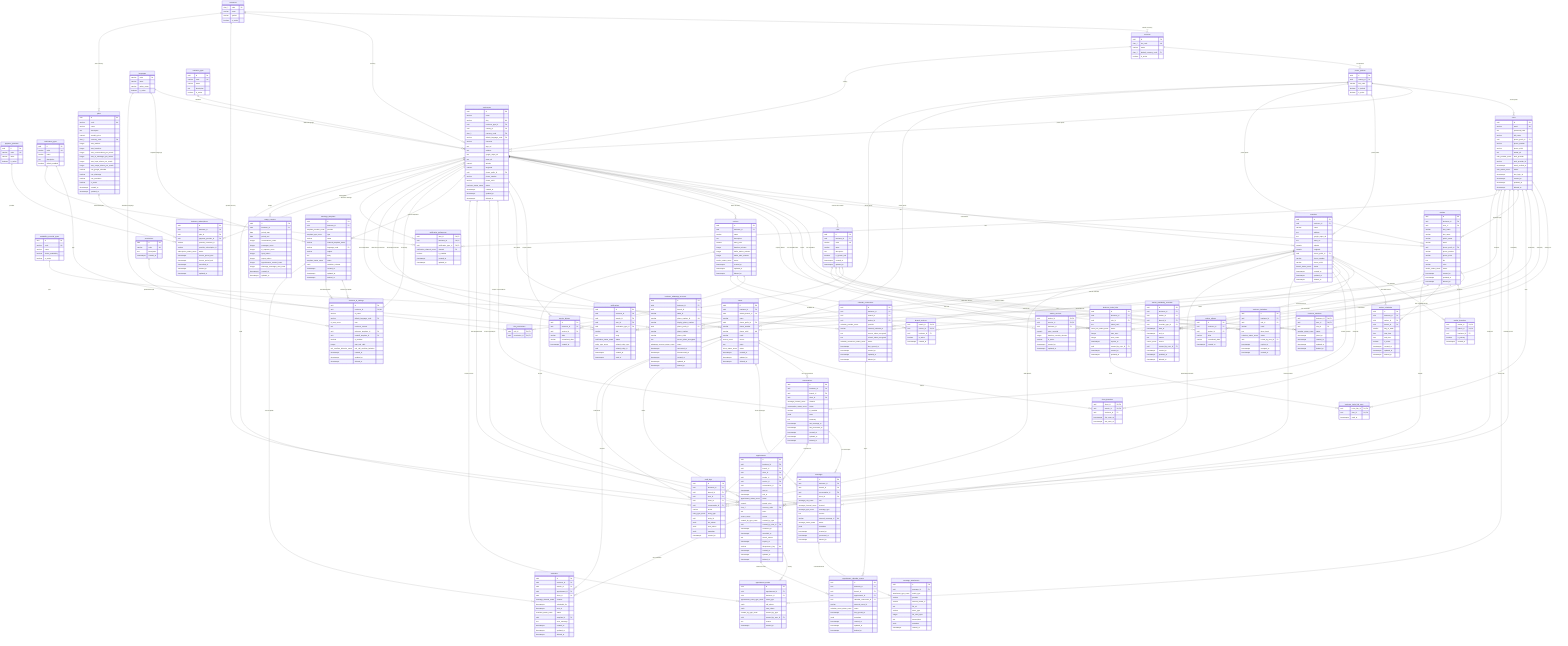
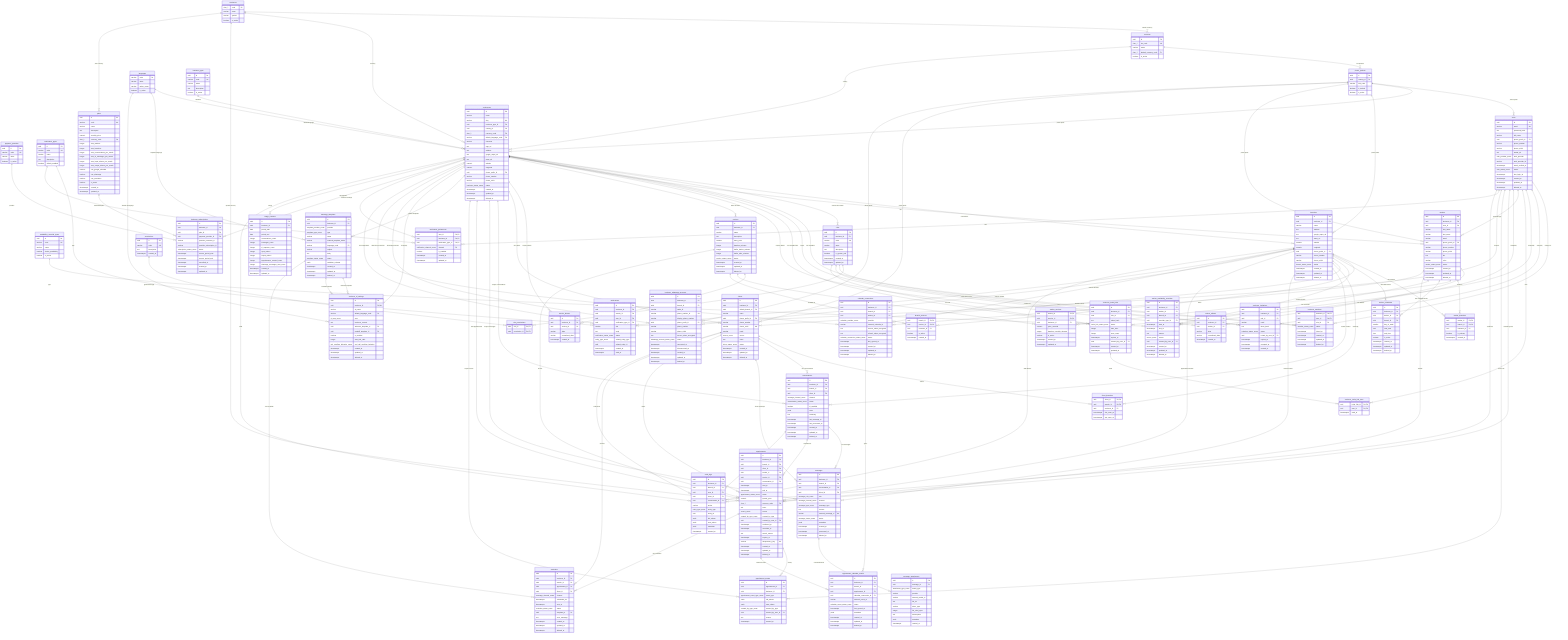
erDiagram
    %% =====================================================
    %% KLYRO DATABASE DER
    %% React + NestJS + PostgreSQL
    %% =====================================================
    %% Main design rule:
    %% AI interprets, backend validates, database protects.
    %% =====================================================

    currencies {
        char_3 code PK
        varchar name
        varchar symbol
        boolean is_active
    }

    countries {
        uuid id PK
        char_2 iso_code UK
        varchar name
        char_3 default_currency_code FK
        boolean is_active
    }

    phone_prefixes {
        uuid id PK
        uuid country_id FK
        varchar dial_code
        boolean is_default
        boolean is_active
    }

    languages {
        varchar code PK
        varchar name
        varchar native_name
        boolean is_active
    }

    business_types {
        uuid id PK
        varchar code UK
        varchar name
        text description
        boolean is_active
    }

    payment_providers {
        uuid id PK
        varchar code UK
        varchar name
        boolean is_active
    }

    availability_override_types {
        uuid id PK
        varchar code UK
        varchar name
        boolean blocks_availability
        boolean is_active
    }

    notification_types {
        uuid id PK
        varchar code UK
        varchar name
        text description
        boolean default_enabled
    }

    users {
        uuid id PK
        varchar email UK
        text password_hash
        varchar full_name
        uuid phone_prefix_id FK
        varchar phone_number
        varchar phone_e164
        text avatar_url
        auth_provider_enum auth_provider
        varchar auth_provider_id
        timestamptz email_verified_at
        user_status_enum status
        timestamptz last_login_at
        timestamptz created_at
        timestamptz updated_at
        timestamptz deleted_at
    }

    businesses {
        uuid id PK
        varchar name
        varchar slug UK
        uuid business_type_id FK
        uuid country_id FK
        char_3 currency_code FK
        varchar default_language_code FK
        varchar timezone
        text logo_url
        text address
        text google_maps_url
        text waze_url
        numeric latitude
        numeric longitude
        uuid phone_prefix_id FK
        varchar phone_number
        varchar phone_e164
        business_status_enum status
        timestamptz created_at
        timestamptz updated_at
        timestamptz deleted_at
    }

    branches {
        uuid id PK
        uuid business_id FK
        varchar name
        text address
        text google_maps_url
        text waze_url
        numeric latitude
        numeric longitude
        uuid phone_prefix_id FK
        varchar phone_number
        varchar phone_e164
        branch_status_enum status
        timestamptz created_at
        timestamptz updated_at
        timestamptz deleted_at
    }

    roles {
        uuid id PK
        uuid business_id FK
        varchar code UK
        varchar name
        text description
        boolean is_system_role
        timestamptz created_at
        timestamptz updated_at
    }

    permissions {
        uuid id PK
        varchar code UK
        text description
        timestamptz created_at
    }

    role_permissions {
        uuid role_id PK,FK
        uuid permission_id PK,FK
    }

    business_members {
        uuid business_id PK,FK
        uuid user_id PK,FK
        uuid role_id FK
        member_status_enum status
        timestamptz joined_at
        timestamptz created_at
        timestamptz updated_at
        timestamptz deleted_at
    }

    business_invitations {
        uuid id PK
        uuid business_id FK
        uuid role_id FK
        varchar email
        text token_hash
        invitation_status_enum status
        uuid invited_by_user_id FK
        timestamptz expires_at
        timestamptz accepted_at
        timestamptz created_at
    }

    business_invite_links {
        uuid id PK
        uuid business_id FK
        uuid role_id FK
        text token_hash
        invite_link_status_enum status
        integer max_uses
        integer uses_count
        timestamptz expires_at
        uuid created_by_user_id FK
        timestamptz created_at
        timestamptz updated_at
    }

    business_invite_link_uses {
        uuid invite_link_id PK,FK
        uuid user_id PK,FK
        timestamptz used_at
    }

    workers {
        uuid id PK
        uuid business_id FK
        uuid user_id FK
        varchar first_name
        varchar last_name
-         varchar public_name
        varchar email
        uuid phone_prefix_id FK
        varchar phone_number
        varchar phone_e164
        text bio
        varchar color
        worker_status_enum status
        timestamptz created_at
        timestamptz updated_at
        timestamptz deleted_at
    }

    worker_aliases {
        uuid id PK
        uuid business_id FK
        uuid worker_id FK
        varchar alias
        varchar normalized_alias
        timestamptz created_at
    }

    worker_branches {
        uuid worker_id PK,FK
        uuid branch_id PK,FK
        uuid business_id FK
        boolean is_primary
        timestamptz created_at
    }

    services {
        uuid id PK
        uuid business_id FK
        varchar name
        text description
        numeric base_price
        integer duration_minutes
        integer buffer_before_minutes
        integer buffer_after_minutes
        service_status_enum status
        timestamptz created_at
        timestamptz updated_at
        timestamptz deleted_at
    }

    service_aliases {
        uuid id PK
        uuid business_id FK
        uuid service_id FK
        varchar alias
        varchar normalized_alias
        timestamptz created_at
    }

    worker_services {
        uuid worker_id PK,FK
        uuid service_id PK,FK
        uuid business_id FK
        numeric price_override
        integer duration_override_minutes
        boolean is_active
        timestamptz created_at
        timestamptz updated_at
    }

    branch_services {
        uuid branch_id PK,FK
        uuid service_id PK,FK
        uuid business_id FK
        boolean is_active
        timestamptz created_at
    }

    worker_schedules {
        uuid id PK
        uuid business_id FK
        uuid worker_id FK
        uuid branch_id FK
        smallint day_of_week
        time start_time
        time end_time
        boolean is_active
        timestamptz created_at
        timestamptz updated_at
        timestamptz deleted_at
    }

    worker_availability_overrides {
        uuid id PK
        uuid business_id FK
        uuid worker_id FK
        uuid branch_id FK
        uuid override_type_id FK
        timestamptz start_at
        timestamptz end_at
        text reason
        source_enum source
        uuid created_by_user_id FK
        timestamptz created_at
        timestamptz updated_at
        timestamptz deleted_at
    }

    clients {
        uuid id PK
        uuid business_id FK
        uuid default_branch_id FK
        varchar name
        uuid phone_prefix_id FK
        varchar phone_number
        varchar phone_e164 UK
        varchar email
        source_enum source
        text notes
        client_status_enum status
        timestamptz created_at
        timestamptz updated_at
        timestamptz deleted_at
    }

    client_branches {
        uuid client_id PK,FK
        uuid branch_id PK,FK
        uuid business_id FK
        timestamptz first_seen_at
        timestamptz last_seen_at
    }

    conversations {
        uuid id PK
        uuid business_id FK
        uuid branch_id FK
        uuid client_id FK
        message_channel_enum channel
        conversation_status_enum status
        boolean ai_enabled
        jsonb state
        text summary
        timestamptz last_message_at
        timestamptz last_processed_at
        timestamptz created_at
        timestamptz updated_at
        timestamptz deleted_at
    }

    messages {
        uuid id PK
        uuid business_id FK
        uuid branch_id FK
        uuid conversation_id FK
        uuid client_id FK
        message_role_enum role
        message_channel_enum channel
        message_type_enum message_type
        text content
        varchar external_message_id UK
        message_status_enum status
        jsonb metadata
        timestamptz created_at
        timestamptz processed_at
        timestamptz deleted_at
    }

    message_attachments {
        uuid id PK
        uuid message_id FK
        attachment_type_enum media_type
        varchar provider
        varchar external_media_id
        text file_url
        varchar mime_type
        integer file_size_bytes
        text transcription
        jsonb metadata
        timestamptz created_at
    }

    appointments {
        uuid id PK
        uuid business_id FK
        uuid branch_id FK
        uuid client_id FK
        uuid worker_id FK
        uuid service_id FK
        uuid conversation_id FK
        timestamptz start_at
        timestamptz end_at
        appointment_status_enum status
        numeric quoted_price
        char_3 currency_code FK
        text notes
        source_enum source
        created_by_type_enum created_by_type
        uuid created_by_user_id FK
        timestamptz confirmed_at
        timestamptz cancelled_at
        text cancel_reason
        timestamptz expires_at
        varchar idempotency_key UK
        timestamptz created_at
        timestamptz updated_at
        timestamptz deleted_at
    }

    appointment_events {
        uuid id PK
        uuid appointment_id FK
        uuid business_id FK
        appointment_event_type_enum event_type
        jsonb old_values
        jsonb new_values
        created_by_type_enum created_by_type
        uuid created_by_user_id FK
        text reason
        timestamptz created_at
    }

    message_templates {
        uuid id PK
        uuid business_id FK
        template_provider_enum provider
        template_type_enum type
        varchar name
        varchar external_template_name
        varchar language_code FK
        varchar subject
        text body
        template_status_enum status
        jsonb variables_schema
        timestamptz created_at
        timestamptz updated_at
        timestamptz deleted_at
    }

    business_ai_settings {
        uuid id PK
        uuid business_id FK,UK
        varchar ai_name
        varchar default_language_code FK
        ai_tone_enum tone
        text business_context
        uuid welcome_template_id FK
        uuid handoff_template_id FK
        boolean is_enabled
        integer max_tool_calls
        tool_overflow_behavior_enum tool_call_overflow_behavior
        timestamptz created_at
        timestamptz updated_at
        timestamptz deleted_at
    }

    business_whatsapp_accounts {
        uuid id PK
        uuid business_id FK
        uuid branch_id FK
        varchar waba_id
        varchar phone_number_id UK
        varchar display_phone_number
        uuid phone_prefix_id FK
        varchar phone_number
        varchar phone_e164
        text access_token_encrypted
        whatsapp_account_status_enum status
        timestamptz connected_at
        timestamptz disconnected_at
        timestamptz created_at
        timestamptz updated_at
        timestamptz deleted_at
    }

    calendar_connections {
        uuid id PK
        uuid business_id FK
        uuid branch_id FK
        uuid worker_id FK
        calendar_provider_enum provider
        varchar external_calendar_id
        text access_token_encrypted
        text refresh_token_encrypted
        calendar_connection_status_enum status
        timestamptz last_synced_at
        timestamptz created_at
        timestamptz updated_at
        timestamptz deleted_at
    }

    appointment_calendar_events {
        uuid id PK
        uuid business_id FK
        uuid branch_id FK
        uuid appointment_id FK
        uuid calendar_connection_id FK
        varchar external_event_id
        calendar_event_status_enum status
        timestamptz last_synced_at
        jsonb metadata
        timestamptz created_at
        timestamptz updated_at
        timestamptz deleted_at
    }

    reminders {
        uuid id PK
        uuid business_id FK
        uuid branch_id FK
        uuid appointment_id FK
        uuid client_id FK
        message_channel_enum channel
        timestamptz scheduled_for
        timestamptz sent_at
        reminder_status_enum status
        uuid template_id FK
        text error_message
        timestamptz created_at
        timestamptz updated_at
        timestamptz deleted_at
    }

    notifications {
        uuid id PK
        uuid business_id FK
        uuid branch_id FK
        uuid user_id FK
        uuid notification_type_id FK
        varchar title
        text body
        notification_status_enum status
        entity_type_enum related_entity_type
        uuid related_entity_id
        timestamptz created_at
        timestamptz read_at
    }

    notification_preferences {
        uuid user_id PK,FK
        uuid business_id PK,FK
        uuid notification_type_id PK,FK
        notification_channel_enum channel PK
        boolean is_enabled
        timestamptz created_at
        timestamptz updated_at
    }

    plans {
        uuid id PK
        varchar code UK
        varchar name
        text description
        numeric monthly_price
        char_3 currency_code FK
        integer max_workers
        integer max_branches
        integer max_conversations_per_month
        integer max_ai_messages_per_month
        integer max_input_tokens_per_month
        integer max_output_tokens_per_month
        boolean has_google_calendar
        boolean has_whatsapp
        boolean has_reminders
        boolean is_active
        timestamptz created_at
        timestamptz updated_at
    }

    business_subscriptions {
        uuid id PK
        uuid business_id FK
        uuid plan_id FK
        uuid payment_provider_id FK
        varchar provider_customer_id
        varchar provider_subscription_id
        subscription_status_enum status
        timestamptz current_period_start
        timestamptz current_period_end
        timestamptz cancelled_at
        timestamptz created_at
        timestamptz updated_at
    }

    usage_counters {
        uuid id PK
        uuid business_id FK
        date period_start
        date period_end
        integer conversations_count
        integer messages_count
        integer ai_requests_count
        integer input_tokens
        integer output_tokens
        integer appointments_created_count
        integer whatsapp_messages_sent_count
        timestamptz created_at
        timestamptz updated_at
    }

    audit_logs {
        uuid id PK
        uuid business_id FK
        uuid branch_id FK
        uuid user_id FK
        uuid client_id FK
        uuid conversation_id FK
        varchar action
        entity_type_enum entity_type
        uuid entity_id
        jsonb old_values
        jsonb new_values
        jsonb metadata
        timestamptz created_at
    }

    %% =====================================================
    %% TYPE/CATALOG RELATIONSHIPS
    %% =====================================================

    currencies ||--o{ countries : "default currency"
    countries ||--o{ phone_prefixes : "has prefixes"
    business_types ||--o{ businesses : "classifies"
    countries ||--o{ businesses : "country"
    currencies ||--o{ businesses : "currency"
    languages ||--o{ businesses : "default language"
    phone_prefixes ||--o{ users : "phone prefix"
    phone_prefixes ||--o{ businesses : "phone prefix"
    phone_prefixes ||--o{ branches : "phone prefix"
    phone_prefixes ||--o{ workers : "phone prefix"
    phone_prefixes ||--o{ clients : "phone prefix"
    phone_prefixes ||--o{ business_whatsapp_accounts : "phone prefix"

    %% =====================================================
    %% BUSINESS / BRANCH / SECURITY
    %% =====================================================

    businesses ||--o{ branches : "has"
    businesses ||--o{ roles : "custom roles future"
    roles ||--o{ role_permissions : "has"
    permissions ||--o{ role_permissions : "granted through"
    businesses ||--o{ business_members : "has members"
    users ||--o{ business_members : "belongs to"
    roles ||--o{ business_members : "role"
    businesses ||--o{ business_invitations : "invites"
    roles ||--o{ business_invitations : "invited role"
    users ||--o{ business_invitations : "invited by"
    businesses ||--o{ business_invite_links : "has reusable links"
    roles ||--o{ business_invite_links : "link role"
    users ||--o{ business_invite_links : "created by"
    business_invite_links ||--o{ business_invite_link_uses : "used"
    users ||--o{ business_invite_link_uses : "uses"

    %% =====================================================
    %% WORKERS / SERVICES / AVAILABILITY
    %% =====================================================

    businesses ||--o{ workers : "has workers"
    users ||--o{ workers : "optional login"
    workers ||--o{ worker_aliases : "has aliases"
    businesses ||--o{ worker_aliases : "scopes aliases"
    workers ||--o{ worker_branches : "works at"
    branches ||--o{ worker_branches : "has workers"
    businesses ||--o{ services : "offers services"
    services ||--o{ service_aliases : "has aliases"
    businesses ||--o{ service_aliases : "scopes aliases"
    workers ||--o{ worker_services : "can perform"
    services ||--o{ worker_services : "performed by"
    branches ||--o{ branch_services : "offers"
    services ||--o{ branch_services : "available at"
    workers ||--o{ worker_schedules : "has schedule blocks"
    branches ||--o{ worker_schedules : "schedule branch"
    workers ||--o{ worker_availability_overrides : "has overrides"
    branches ||--o{ worker_availability_overrides : "override branch"
    availability_override_types ||--o{ worker_availability_overrides : "type"
    users ||--o{ worker_availability_overrides : "created by"

    %% =====================================================
    %% CLIENTS / CONVERSATIONS / MESSAGES
    %% =====================================================

    businesses ||--o{ clients : "has clients"
    branches ||--o{ clients : "default branch"
    clients ||--o{ client_branches : "visited"
    branches ||--o{ client_branches : "visited by"
    clients ||--o{ conversations : "has conversations"
    businesses ||--o{ conversations : "scopes conversations"
    branches ||--o{ conversations : "branch context"
    conversations ||--o{ messages : "has messages"
    businesses ||--o{ messages : "scopes messages"
    branches ||--o{ messages : "branch context"
    clients ||--o{ messages : "client messages"
    messages ||--o{ message_attachments : "has attachments"

    %% =====================================================
    %% APPOINTMENTS / EVENTS / TEMPLATES / AI
    %% =====================================================

    businesses ||--o{ appointments : "has appointments"
    branches ||--o{ appointments : "appointment branch"
    clients ||--o{ appointments : "books"
    workers ||--o{ appointments : "attends"
    services ||--o{ appointments : "service"
    conversations ||--o{ appointments : "created from"
    currencies ||--o{ appointments : "quoted currency"
    users ||--o{ appointments : "created by user"
    appointments ||--o{ appointment_events : "history"
    businesses ||--o{ appointment_events : "scopes events"
    users ||--o{ appointment_events : "event user"
    businesses ||--o{ message_templates : "custom templates"
    languages ||--o{ message_templates : "template language"
    businesses ||--|| business_ai_settings : "ai settings"
    languages ||--o{ business_ai_settings : "default ai language"
    message_templates ||--o{ business_ai_settings : "welcome template"
    message_templates ||--o{ business_ai_settings : "handoff template"

    %% =====================================================
    %% INTEGRATIONS / REMINDERS / NOTIFICATIONS / BILLING
    %% =====================================================

    businesses ||--o{ business_whatsapp_accounts : "whatsapp accounts"
    branches ||--o{ business_whatsapp_accounts : "branch number"
    businesses ||--o{ calendar_connections : "calendar connections"
    branches ||--o{ calendar_connections : "branch calendar"
    workers ||--o{ calendar_connections : "worker calendar"
    appointments ||--o{ appointment_calendar_events : "external events"
    calendar_connections ||--o{ appointment_calendar_events : "syncs"
    appointments ||--o{ reminders : "has reminders"
    clients ||--o{ reminders : "receives"
    message_templates ||--o{ reminders : "uses template"
    businesses ||--o{ notifications : "has notifications"
    branches ||--o{ notifications : "notification branch"
    users ||--o{ notifications : "receives"
    notification_types ||--o{ notifications : "type"
    users ||--o{ notification_preferences : "sets"
    businesses ||--o{ notification_preferences : "business settings"
    notification_types ||--o{ notification_preferences : "type settings"
    currencies ||--o{ plans : "plan currency"
    plans ||--o{ business_subscriptions : "subscribed plan"
    businesses ||--o{ business_subscriptions : "subscription"
    payment_providers ||--o{ business_subscriptions : "provider"
    businesses ||--o{ usage_counters : "usage"
    businesses ||--o{ audit_logs : "audit"
    branches ||--o{ audit_logs : "audit branch"
    users ||--o{ audit_logs : "audit user"
    clients ||--o{ audit_logs : "audit client"
    conversations ||--o{ audit_logs : "audit conversation"
